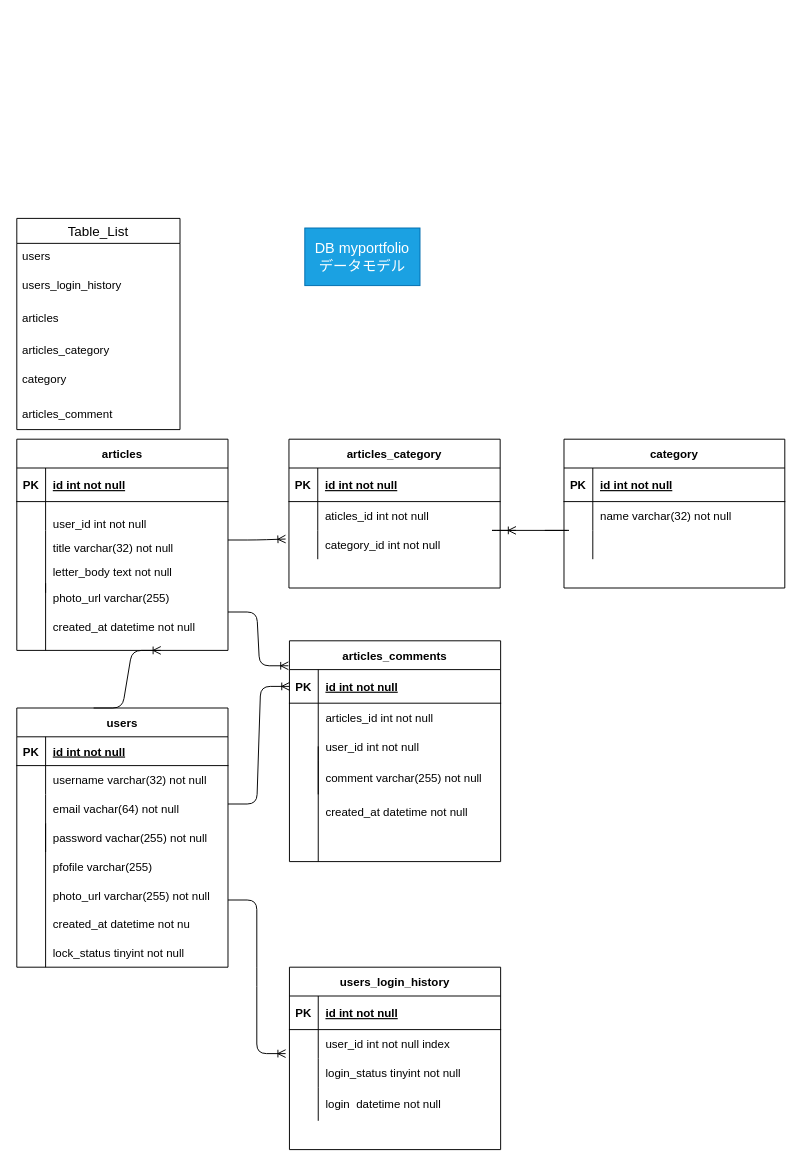
The draw.io diagram db.dio in hirohana/technologypost-backend, before the edit. Source tidied: cells renumbered, new cells numbered last; positions are measured from the earlier drawing's top-left corner, leaving out a move shared by most shapes. Both pictures are drawn from the tidied source at 96%, with x=0, y=0 at pixel (16, 218).
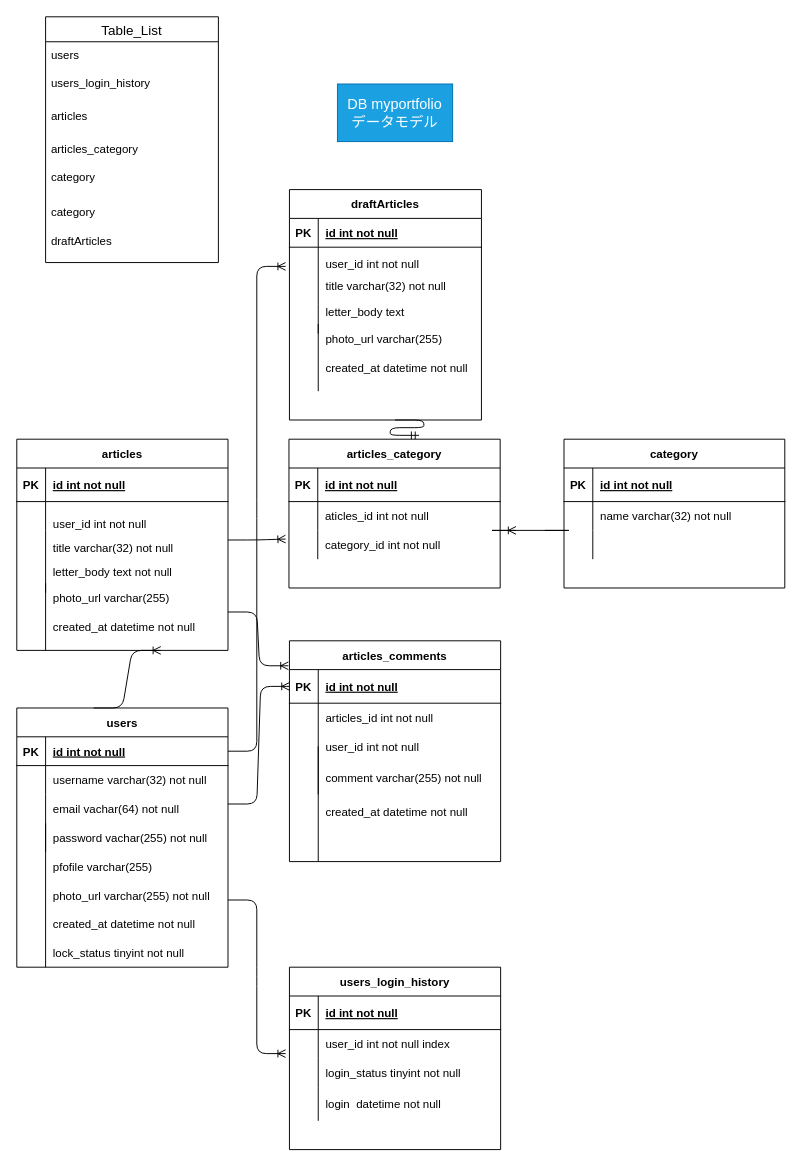
The same diagram, later.

The change refers to these unchanged cells:
```xml
<mxCell id="3" style="shape=partialRectangle;fillColor=none;top=0;left=0;bottom=1;right=0;points=[[0,0.5],[1,0.5]];portConstraint=eastwest;" parent="2" vertex="1">
  <mxGeometry y="30" width="220" height="30" as="geometry" />
</mxCell>
<mxCell id="65" value="articles_category" style="shape=table;startSize=30;childLayout=tableLayout;rowLines=0;fontStyle=1;align=center;" parent="1" vertex="1">
  <mxGeometry x="283.5" y="230" width="220" height="155" as="geometry" />
</mxCell>
```

What changed in the source:
```diff
@@
     <mxCell id="15" value="&lt;font style=&quot;font-size: 15px&quot;&gt;DB myportfolio&lt;br&gt;データモデル&lt;/font&gt;" style="whiteSpace=wrap;html=1;fillColor=#1ba1e2;fontColor=#ffffff;strokeColor=#006EAF;" parent="1" vertex="1">
-      <mxGeometry x="300" y="10" width="120" height="60" as="geometry" />
+      <mxGeometry x="334" y="-140" width="120" height="60" as="geometry" />
     </mxCell>
@@
     <mxCell id="37" value="created_at datetime not null" style="shape=partialRectangle;fillColor=none;top=0;left=0;bottom=0;right=0;align=left;spacingLeft=6;overflow=hidden;" parent="1" vertex="1">
-      <mxGeometry x="30" y="720" width="150" height="30" as="geometry" />
+      <mxGeometry x="30" y="720" width="160" height="30" as="geometry" />
     </mxCell>
@@
     <mxCell id="55" value="Table_List" style="swimlane;fontStyle=0;horizontal=1;startSize=26;align=center;fontSize=14;" parent="1" vertex="1">
-      <mxGeometry width="170" height="220" as="geometry" />
+      <mxGeometry x="30" y="-210" width="180" height="256" as="geometry" />
     </mxCell>
     <mxCell id="56" value="users" style="text;strokeColor=none;fillColor=none;spacingLeft=4;spacingRight=4;overflow=hidden;fontSize=12;" parent="55" vertex="1">
-      <mxGeometry y="26" width="170" height="30" as="geometry" />
+      <mxGeometry y="26" width="180" height="30" as="geometry" />
     </mxCell>
     <mxCell id="57" value="users_login_history" style="text;strokeColor=none;fillColor=none;spacingLeft=4;spacingRight=4;overflow=hidden;fontSize=12;" parent="55" vertex="1">
-      <mxGeometry y="56" width="170" height="34" as="geometry" />
+      <mxGeometry y="56" width="180" height="34" as="geometry" />
     </mxCell>
     <mxCell id="58" value="articles" style="text;strokeColor=none;fillColor=none;spacingLeft=4;spacingRight=4;overflow=hidden;fontSize=12;" parent="55" vertex="1">
-      <mxGeometry y="90" width="170" height="34" as="geometry" />
+      <mxGeometry y="90" width="180" height="34" as="geometry" />
     </mxCell>
     <mxCell id="59" value="articles_category" style="text;strokeColor=none;fillColor=none;spacingLeft=4;spacingRight=4;overflow=hidden;fontSize=12;" parent="55" vertex="1">
-      <mxGeometry y="124" width="170" height="30" as="geometry" />
+      <mxGeometry y="124" width="180" height="30" as="geometry" />
     </mxCell>
     <mxCell id="60" value="category" style="text;strokeColor=none;fillColor=none;spacingLeft=4;spacingRight=4;overflow=hidden;fontSize=12;" parent="55" vertex="1">
-      <mxGeometry y="154" width="170" height="36" as="geometry" />
+      <mxGeometry y="154" width="180" height="36" as="geometry" />
     </mxCell>
-    <mxCell id="61" value="articles_comment" style="text;strokeColor=none;fillColor=none;spacingLeft=4;spacingRight=4;overflow=hidden;fontSize=12;" parent="55" vertex="1">
-      <mxGeometry y="190" width="170" height="30" as="geometry" />
-    </mxCell>
+    <mxCell id="106" value="category" style="text;strokeColor=none;fillColor=none;spacingLeft=4;spacingRight=4;overflow=hidden;fontSize=12;" parent="55" vertex="1">
+      <mxGeometry y="190" width="180" height="30" as="geometry" />
+    </mxCell>
+    <mxCell id="107" value="draftArticles" style="text;strokeColor=none;fillColor=none;spacingLeft=4;spacingRight=4;overflow=hidden;fontSize=12;" parent="55" vertex="1">
+      <mxGeometry y="220" width="180" height="36" as="geometry" />
+    </mxCell>
@@
+    <mxCell id="108" value="draftArticles" style="shape=table;startSize=30;childLayout=tableLayout;rowLines=0;fontStyle=1;align=center;" parent="1" vertex="1">
+      <mxGeometry x="284" y="-30" width="200" height="240" as="geometry" />
+    </mxCell>
+    <mxCell id="109" style="shape=partialRectangle;fillColor=none;top=0;left=0;bottom=1;right=0;" parent="108" vertex="1">
+      <mxGeometry y="30" width="200" height="30" as="geometry" />
+    </mxCell>
+    <mxCell id="110" value="PK" style="shape=partialRectangle;fillColor=none;top=0;left=0;bottom=0;right=0;fontStyle=1;overflow=hidden;" parent="109" vertex="1">
+      <mxGeometry width="30" height="30" as="geometry" />
+    </mxCell>
+    <mxCell id="111" value="id int not null" style="shape=partialRectangle;fillColor=none;top=0;left=0;bottom=0;right=0;align=left;spacingLeft=6;fontStyle=5;overflow=hidden;" parent="109" vertex="1">
+      <mxGeometry x="30" width="170" height="30" as="geometry" />
+    </mxCell>
+    <mxCell id="112" style="shape=partialRectangle;fillColor=none;top=0;left=0;bottom=0;right=0;" parent="108" vertex="1">
+      <mxGeometry y="60" width="200" height="30" as="geometry" />
+    </mxCell>
+    <mxCell id="113" style="shape=partialRectangle;fillColor=none;top=0;left=0;bottom=0;right=0;overflow=hidden;" parent="112" vertex="1">
+      <mxGeometry width="30" height="30" as="geometry" />
+    </mxCell>
+    <mxCell id="114" style="shape=partialRectangle;fillColor=none;top=0;left=0;bottom=0;right=0;align=left;spacingLeft=6;overflow=hidden;" parent="112" vertex="1">
+      <mxGeometry x="30" width="170" height="30" as="geometry" />
+    </mxCell>
+    <mxCell id="115" style="shape=partialRectangle;fillColor=none;top=0;left=0;bottom=0;right=0;" parent="108" vertex="1">
+      <mxGeometry y="90" width="200" height="30" as="geometry" />
+    </mxCell>
+    <mxCell id="116" style="shape=partialRectangle;fillColor=none;top=0;left=0;bottom=0;right=0;overflow=hidden;" parent="115" vertex="1">
+      <mxGeometry width="30" height="30" as="geometry" />
+    </mxCell>
+    <mxCell id="117" style="shape=partialRectangle;fillColor=none;top=0;left=0;bottom=0;right=0;align=left;spacingLeft=6;overflow=hidden;" parent="115" vertex="1">
+      <mxGeometry x="30" width="170" height="30" as="geometry" />
+    </mxCell>
+    <mxCell id="118" style="shape=partialRectangle;fillColor=none;top=0;left=0;bottom=0;right=0;" parent="108" vertex="1">
+      <mxGeometry y="120" width="200" height="30" as="geometry" />
+    </mxCell>
+    <mxCell id="119" style="shape=partialRectangle;fillColor=none;top=0;left=0;bottom=0;right=0;overflow=hidden;" parent="118" vertex="1">
+      <mxGeometry width="30" height="30" as="geometry" />
+    </mxCell>
+    <mxCell id="120" style="shape=partialRectangle;fillColor=none;top=0;left=0;bottom=0;right=0;align=left;spacingLeft=6;overflow=hidden;" parent="118" vertex="1">
+      <mxGeometry x="30" width="170" height="30" as="geometry" />
+    </mxCell>
+    <mxCell id="121" style="shape=partialRectangle;fillColor=none;top=0;left=0;bottom=0;right=0;" parent="1" vertex="1">
+      <mxGeometry x="284" y="45" width="220" height="50" as="geometry" />
+    </mxCell>
+    <mxCell id="122" style="shape=partialRectangle;fillColor=none;top=0;left=0;bottom=0;right=0;overflow=hidden;" parent="121" vertex="1">
+      <mxGeometry x="220" y="-40" width="30" height="50" as="geometry" />
+    </mxCell>
+    <mxCell id="123" value="title varchar(32) not null" style="shape=partialRectangle;fillColor=none;top=0;left=0;bottom=0;right=0;align=left;spacingLeft=6;overflow=hidden;" parent="121" vertex="1">
+      <mxGeometry x="30" width="190" height="50" as="geometry" />
+    </mxCell>
+    <mxCell id="124" style="shape=partialRectangle;fillColor=none;top=0;left=0;bottom=0;right=0;" parent="1" vertex="1">
+      <mxGeometry x="284" y="140" width="190" height="30" as="geometry" />
+    </mxCell>
+    <mxCell id="125" style="shape=partialRectangle;fillColor=none;top=0;left=0;bottom=0;right=0;overflow=hidden;" parent="124" vertex="1">
+      <mxGeometry width="30" height="30" as="geometry" />
+    </mxCell>
+    <mxCell id="126" value="created_at datetime not null" style="shape=partialRectangle;fillColor=none;top=0;left=0;bottom=0;right=0;align=left;spacingLeft=6;overflow=hidden;" parent="124" vertex="1">
+      <mxGeometry x="30" width="160" height="30" as="geometry" />
+    </mxCell>
+    <mxCell id="127" style="shape=partialRectangle;fillColor=none;top=0;left=0;bottom=0;right=0;" parent="1" vertex="1">
+      <mxGeometry x="284" y="110" width="180" height="30" as="geometry" />
+    </mxCell>
+    <mxCell id="128" style="shape=partialRectangle;fillColor=none;top=0;left=0;bottom=0;right=0;overflow=hidden;" parent="127" vertex="1">
+      <mxGeometry width="30" height="30" as="geometry" />
+    </mxCell>
+    <mxCell id="129" value="photo_url varchar(255)" style="shape=partialRectangle;fillColor=none;top=0;left=0;bottom=0;right=0;align=left;spacingLeft=6;overflow=hidden;" parent="127" vertex="1">
+      <mxGeometry x="30" width="150" height="30" as="geometry" />
+    </mxCell>
+    <mxCell id="130" style="endArrow=none;html=1;rounded=0;" parent="1" edge="1">
+      <mxGeometry relative="1" as="geometry">
+        <mxPoint x="314" y="110" as="sourcePoint" />
+        <mxPoint x="314" y="180" as="targetPoint" />
+      </mxGeometry>
+    </mxCell>
+    <mxCell id="131" value="letter_body text " style="shape=partialRectangle;fillColor=none;top=0;left=0;bottom=0;right=0;align=left;spacingLeft=6;overflow=hidden;" parent="1" vertex="1">
+      <mxGeometry x="314" y="80" width="190" height="35" as="geometry" />
+    </mxCell>
+    <mxCell id="132" value="user_id int not null" style="shape=partialRectangle;fillColor=none;top=0;left=0;bottom=0;right=0;align=left;spacingLeft=6;overflow=hidden;" parent="1" vertex="1">
+      <mxGeometry x="314" y="30" width="190" height="35" as="geometry" />
+    </mxCell>
+    <mxCell id="133" style="edgeStyle=entityRelationEdgeStyle;fontSize=12;html=1;endArrow=ERoneToMany;exitX=1;exitY=0.5;exitDx=0;exitDy=0;" parent="1" edge="1" source="3">
+      <mxGeometry relative="1" as="geometry">
+        <mxPoint x="280" y="50" as="targetPoint" />
+      </mxGeometry>
+    </mxCell>
+    <mxCell id="134" style="edgeStyle=entityRelationEdgeStyle;fontSize=12;html=1;endArrow=ERmandOne;entryX=0.616;entryY=-0.026;entryDx=0;entryDy=0;entryPerimeter=0;" parent="1" edge="1" target="65">
+      <mxGeometry relative="1" as="geometry">
+        <mxPoint x="394" y="210" as="sourcePoint" />
+      </mxGeometry>
+    </mxCell>
```
